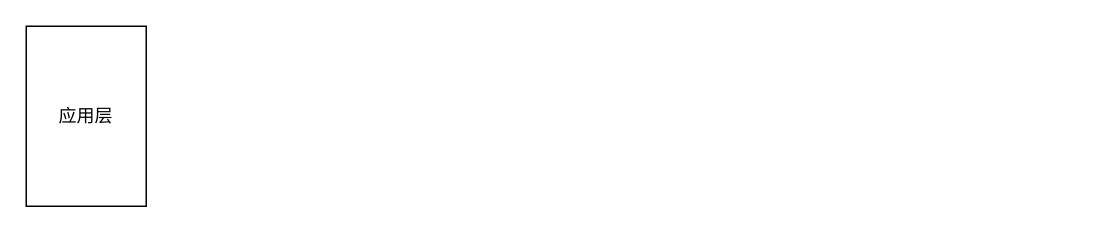
Before: draw.io/Untitled Diagram.drawio in Peiiii/notes, a draw.io diagram. Source tidied: cells renumbered, new cells numbered last; positions are measured from the earlier drawing's top-left corner, leaving out a move shared by most shapes. Both pictures are drawn from the tidied source at 150%, with x=0, y=0 at pixel (26, 26).
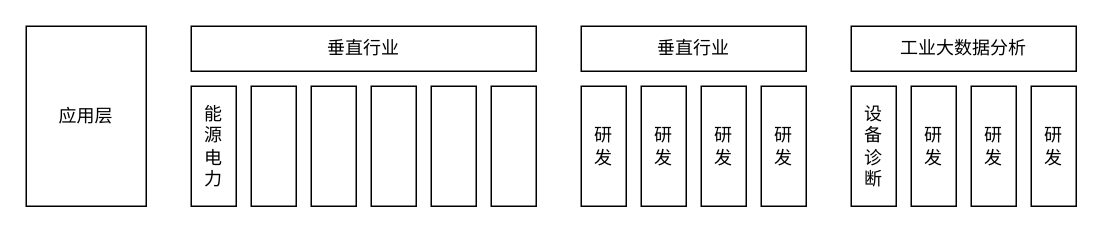
After the change.

The edit, as a diff of the source:
```diff
@@
 <mxGraphModel>
   <root>
     <mxCell id="0" />
     <mxCell id="1" parent="0" />
     <mxCell id="2" value="应用层" style="rounded=0;whiteSpace=wrap;html=1;" parent="1" vertex="1">
       <mxGeometry width="80" height="120" as="geometry" />
     </mxCell>
+    <mxCell id="3" value="垂直行业" style="rounded=0;whiteSpace=wrap;html=1;" parent="1" vertex="1">
+      <mxGeometry x="110" width="230" height="30" as="geometry" />
+    </mxCell>
+    <mxCell id="4" value="垂直行业" style="rounded=0;whiteSpace=wrap;html=1;" parent="1" vertex="1">
+      <mxGeometry x="370" width="150" height="30" as="geometry" />
+    </mxCell>
+    <mxCell id="5" value="能&lt;br&gt;源&lt;br&gt;电&lt;br&gt;力" style="rounded=0;whiteSpace=wrap;html=1;" parent="1" vertex="1">
+      <mxGeometry x="110" y="40" width="30" height="80" as="geometry" />
+    </mxCell>
+    <mxCell id="6" style="rounded=0;whiteSpace=wrap;html=1;" parent="1" vertex="1">
+      <mxGeometry x="150" y="40" width="30" height="80" as="geometry" />
+    </mxCell>
+    <mxCell id="7" style="rounded=0;whiteSpace=wrap;html=1;" parent="1" vertex="1">
+      <mxGeometry x="190" y="40" width="30" height="80" as="geometry" />
+    </mxCell>
+    <mxCell id="8" style="rounded=0;whiteSpace=wrap;html=1;" parent="1" vertex="1">
+      <mxGeometry x="230" y="40" width="30" height="80" as="geometry" />
+    </mxCell>
+    <mxCell id="9" style="rounded=0;whiteSpace=wrap;html=1;" parent="1" vertex="1">
+      <mxGeometry x="270" y="40" width="30" height="80" as="geometry" />
+    </mxCell>
+    <mxCell id="10" style="rounded=0;whiteSpace=wrap;html=1;" parent="1" vertex="1">
+      <mxGeometry x="310" y="40" width="30" height="80" as="geometry" />
+    </mxCell>
+    <mxCell id="11" value="研&lt;br&gt;发" style="rounded=0;whiteSpace=wrap;html=1;" parent="1" vertex="1">
+      <mxGeometry x="370" y="40" width="30" height="80" as="geometry" />
+    </mxCell>
+    <mxCell id="12" value="研&lt;br&gt;发" style="rounded=0;whiteSpace=wrap;html=1;" parent="1" vertex="1">
+      <mxGeometry x="410" y="40" width="30" height="80" as="geometry" />
+    </mxCell>
+    <mxCell id="13" value="研&lt;br&gt;发" style="rounded=0;whiteSpace=wrap;html=1;" parent="1" vertex="1">
+      <mxGeometry x="450" y="40" width="30" height="80" as="geometry" />
+    </mxCell>
+    <mxCell id="14" value="研&lt;br&gt;发" style="rounded=0;whiteSpace=wrap;html=1;" parent="1" vertex="1">
+      <mxGeometry x="490" y="40" width="30" height="80" as="geometry" />
+    </mxCell>
+    <mxCell id="15" value="工业大数据分析" style="rounded=0;whiteSpace=wrap;html=1;" parent="1" vertex="1">
+      <mxGeometry x="550" width="150" height="30" as="geometry" />
+    </mxCell>
+    <mxCell id="16" value="设&lt;br&gt;备&lt;br&gt;诊&lt;br&gt;断" style="rounded=0;whiteSpace=wrap;html=1;" parent="1" vertex="1">
+      <mxGeometry x="550" y="40" width="30" height="80" as="geometry" />
+    </mxCell>
+    <mxCell id="17" value="研&lt;br&gt;发" style="rounded=0;whiteSpace=wrap;html=1;" parent="1" vertex="1">
+      <mxGeometry x="590" y="40" width="30" height="80" as="geometry" />
+    </mxCell>
+    <mxCell id="18" value="研&lt;br&gt;发" style="rounded=0;whiteSpace=wrap;html=1;" parent="1" vertex="1">
+      <mxGeometry x="630" y="40" width="30" height="80" as="geometry" />
+    </mxCell>
+    <mxCell id="19" value="研&lt;br&gt;发" style="rounded=0;whiteSpace=wrap;html=1;" parent="1" vertex="1">
+      <mxGeometry x="670" y="40" width="30" height="80" as="geometry" />
+    </mxCell>
   </root>
 </mxGraphModel>
```
